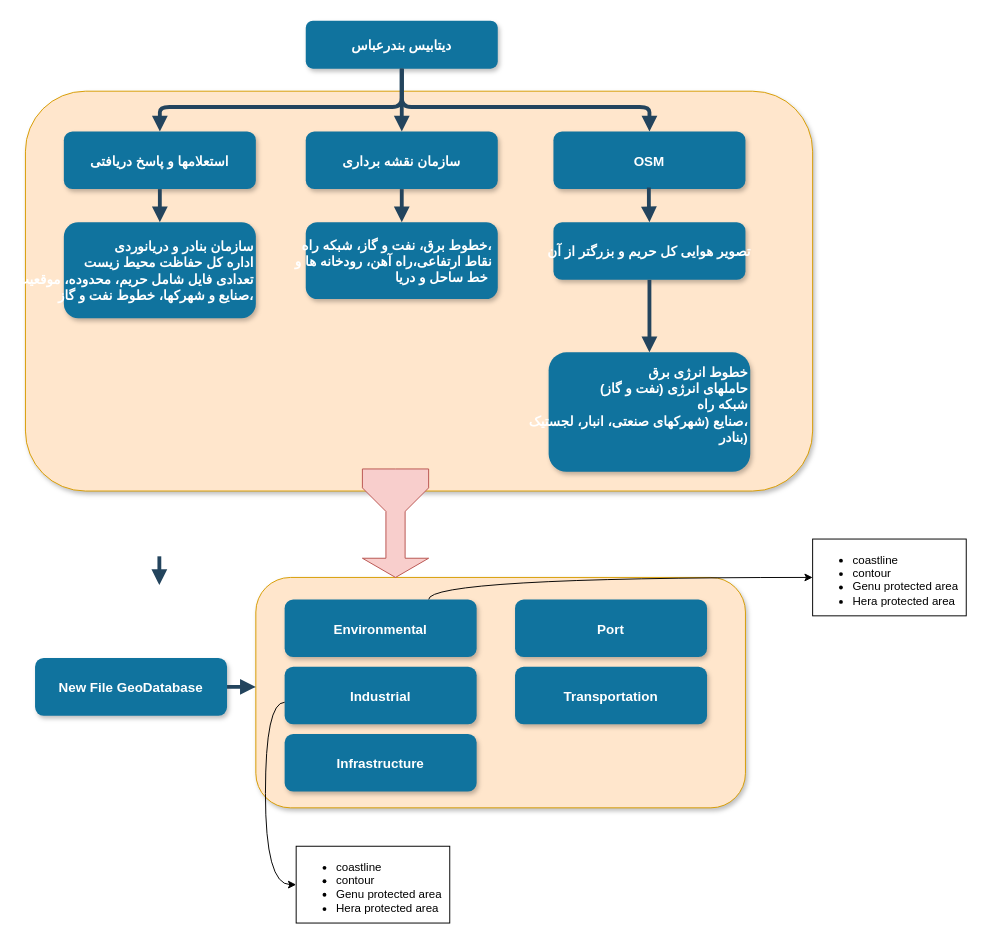
Earlier version of the draw.io diagram Untitled Diagram.drawio (FarnazJamali/Self-Study). Source tidied: cells renumbered, new cells numbered last; positions are measured from the earlier drawing's top-left corner, leaving out a move shared by most shapes. Both pictures are drawn from the tidied source at 96%, with x=0, y=0 at pixel (25, 20).
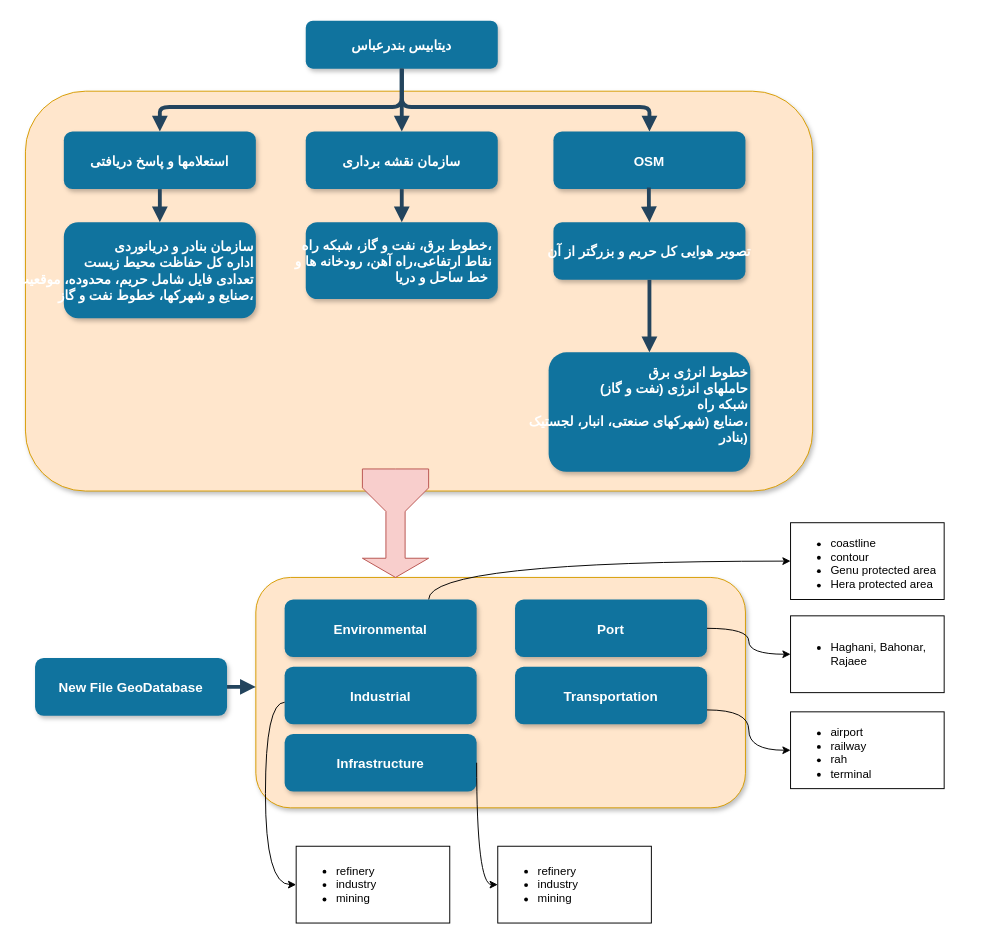
The same page after the edit.

Commit message:
finished data part

Unchanged cells that the change refers to:
```xml
<mxCell id="15" value="Infrastructure" style="rounded=1;fillColor=#10739E;strokeColor=none;shadow=1;gradientColor=none;fontStyle=1;fontColor=#FFFFFF;fontSize=14;" parent="1" vertex="1">
  <mxGeometry x="270" y="743" width="200" height="60" as="geometry" />
</mxCell>
<mxCell id="16" value="Port" style="rounded=1;fillColor=#10739E;strokeColor=none;shadow=1;gradientColor=none;fontStyle=1;fontColor=#FFFFFF;fontSize=14;" parent="1" vertex="1">
  <mxGeometry x="510" y="603" width="200" height="60" as="geometry" />
</mxCell>
<mxCell id="31" value="Transportation" style="rounded=1;fillColor=#10739E;strokeColor=none;shadow=1;gradientColor=none;fontStyle=1;fontColor=#FFFFFF;fontSize=14;" parent="1" vertex="1">
  <mxGeometry x="510" y="673" width="200" height="60" as="geometry" />
</mxCell>
```

Change to the diagram source:
```diff
@@
-    <mxCell id="19" style="edgeStyle=elbowEdgeStyle;elbow=vertical;strokeWidth=4;endArrow=block;endFill=1;fontStyle=1;strokeColor=#23445D;" parent="1" edge="1">
-      <mxGeometry x="62" y="185.5" as="geometry">
-        <mxPoint x="139.5" y="558" as="sourcePoint" />
-        <mxPoint x="139.5" y="588" as="targetPoint" />
-      </mxGeometry>
-    </mxCell>
@@
     <mxCell id="28" value="&lt;ul&gt;&lt;li&gt;&lt;span style=&quot;background-color: initial;&quot;&gt;coastline&lt;/span&gt;&lt;/li&gt;&lt;li&gt;contour&lt;/li&gt;&lt;li&gt;Genu protected area&lt;/li&gt;&lt;li&gt;Hera protected area&lt;/li&gt;&lt;/ul&gt;" style="text;html=1;whiteSpace=wrap;verticalAlign=middle;overflow=hidden;strokeColor=default;" parent="1" vertex="1">
-      <mxGeometry x="820" y="540" width="160" height="80" as="geometry" />
+      <mxGeometry x="797" y="523" width="160" height="80" as="geometry" />
     </mxCell>
-    <mxCell id="29" value="&lt;ul&gt;&lt;li&gt;&lt;span style=&quot;background-color: initial;&quot;&gt;coastline&lt;/span&gt;&lt;/li&gt;&lt;li&gt;contour&lt;/li&gt;&lt;li&gt;Genu protected area&lt;/li&gt;&lt;li&gt;Hera protected area&lt;/li&gt;&lt;/ul&gt;" style="text;html=1;whiteSpace=wrap;verticalAlign=middle;overflow=hidden;strokeColor=default;" parent="1" vertex="1">
+    <mxCell id="29" value="&lt;ul&gt;&lt;li&gt;&lt;span style=&quot;background-color: initial;&quot;&gt;refinery&lt;/span&gt;&lt;/li&gt;&lt;li&gt;industry&lt;/li&gt;&lt;li&gt;mining&lt;/li&gt;&lt;/ul&gt;" style="text;html=1;whiteSpace=wrap;verticalAlign=middle;overflow=hidden;strokeColor=default;" parent="1" vertex="1">
       <mxGeometry x="282" y="860" width="160" height="80" as="geometry" />
     </mxCell>
@@
+    <mxCell id="32" value="&lt;ul&gt;&lt;li&gt;&lt;span style=&quot;background-color: initial;&quot;&gt;refinery&lt;/span&gt;&lt;/li&gt;&lt;li&gt;industry&lt;/li&gt;&lt;li&gt;mining&lt;/li&gt;&lt;/ul&gt;" style="text;html=1;whiteSpace=wrap;verticalAlign=middle;overflow=hidden;strokeColor=default;" parent="1" vertex="1">
+      <mxGeometry x="492" y="860" width="160" height="80" as="geometry" />
+    </mxCell>
+    <mxCell id="33" style="edgeStyle=orthogonalEdgeStyle;rounded=0;jettySize=auto;html=1;entryX=0;entryY=0.5;entryDx=0;entryDy=0;curved=1;exitX=1;exitY=0.5;exitDx=0;exitDy=0;" parent="1" edge="1" source="15" target="32">
+      <mxGeometry relative="1" as="geometry">
+        <Array as="points">
+          <mxPoint x="470" y="900" />
+        </Array>
+      </mxGeometry>
+    </mxCell>
+    <mxCell id="34" value="&lt;ul&gt;&lt;li&gt;Haghani, Bahonar, Rajaee&lt;/li&gt;&lt;/ul&gt;" style="text;html=1;whiteSpace=wrap;verticalAlign=middle;overflow=hidden;strokeColor=default;" parent="1" vertex="1">
+      <mxGeometry x="797" y="620" width="160" height="80" as="geometry" />
+    </mxCell>
+    <mxCell id="35" style="edgeStyle=orthogonalEdgeStyle;rounded=0;jettySize=auto;html=1;exitX=1;exitY=0.5;exitDx=0;exitDy=0;entryX=0;entryY=0.5;entryDx=0;entryDy=0;curved=1;" parent="1" edge="1" source="16" target="34">
+      <mxGeometry relative="1" as="geometry" />
+    </mxCell>
+    <mxCell id="36" value="&lt;ul&gt;&lt;li&gt;airport&lt;/li&gt;&lt;li&gt;railway&lt;/li&gt;&lt;li&gt;rah&lt;/li&gt;&lt;li&gt;terminal&lt;/li&gt;&lt;/ul&gt;" style="text;html=1;whiteSpace=wrap;verticalAlign=middle;overflow=hidden;strokeColor=default;" parent="1" vertex="1">
+      <mxGeometry x="797" y="720" width="160" height="80" as="geometry" />
+    </mxCell>
+    <mxCell id="37" style="edgeStyle=orthogonalEdgeStyle;rounded=0;jettySize=auto;html=1;exitX=1;exitY=0.75;exitDx=0;exitDy=0;entryX=0;entryY=0.5;entryDx=0;entryDy=0;curved=1;" parent="1" edge="1" source="31" target="36">
+      <mxGeometry relative="1" as="geometry" />
+    </mxCell>
```
